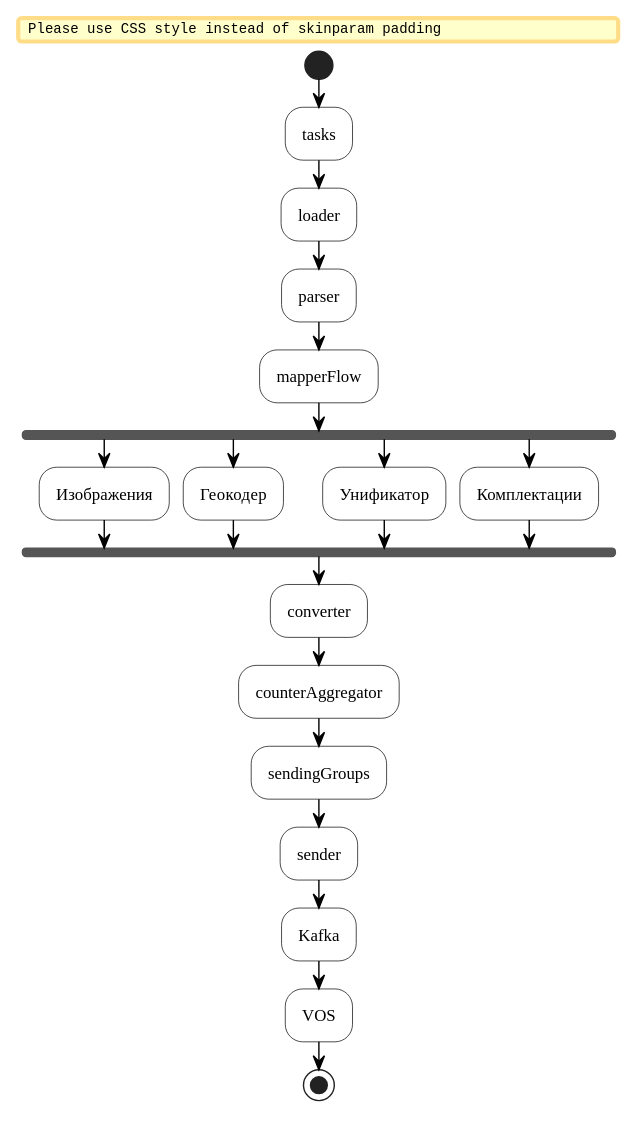
Azat2202/itmo-labs keeps this PlantUML diagram as 4 year/ВКР/Диплом/res/img/feedprocessor-pipeline.svg. Above is the earlier version.
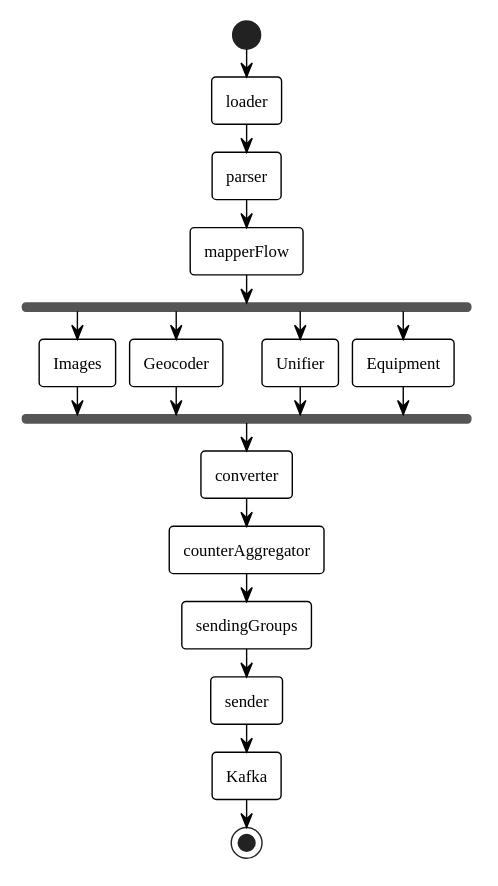
Later version of the same file.

What changed in the source:
```diff
@@ -1,36 +1,57 @@
 @startuml
-skinparam defaultFontName "Times New Roman"
-skinparam defaultFontSize 12
-skinparam ActivityFontSize 12
-skinparam nodesep 6
-skinparam ranksep 10
-skinparam padding 2
-skinparam shadowing false
-skinparam ActivityBackgroundColor #FFFFFF
-skinparam ActivityBorderColor #000000
-skinparam ActivityDiamondBackgroundColor #FFFFFF
-skinparam ActivityDiamondBorderColor #000000
-skinparam ArrowColor #000000
+<style>
+root {
+  FontName "Times New Roman"
+  FontSize 12
+}
+activityDiagram {
+  activity {
+    BackgroundColor white
+    LineColor black
+    LineThickness 1
+    RoundCorner 6
+  }
+  diamond {
+    BackgroundColor white
+    LineColor black
+    LineThickness 1
+  }
+  arrow {
+    LineColor black
+    LineThickness 1
+  }
+  barrier {
+    LineColor black
+    LineThickness 0.5
+    BackgroundColor black
+  }
+  note {
+    BackgroundColor white
+    LineColor black
+  }
+  partition {
+    LineColor black
+  }
+}
+</style>
 
 start
-:tasks;
 :loader;
 :parser;
 :mapperFlow;
 fork
-  :Изображения;
+  :Images;
 fork again
-  :Геокодер;
+  :Geocoder;
 fork again
-  :Унификатор;
+  :Unifier;
 fork again
-  :Комплектации;
+  :Equipment;
 end fork
 :converter;
 :counterAggregator;
 :sendingGroups;
 :sender;
 :Kafka;
-:VOS;
 stop
 @enduml
```
